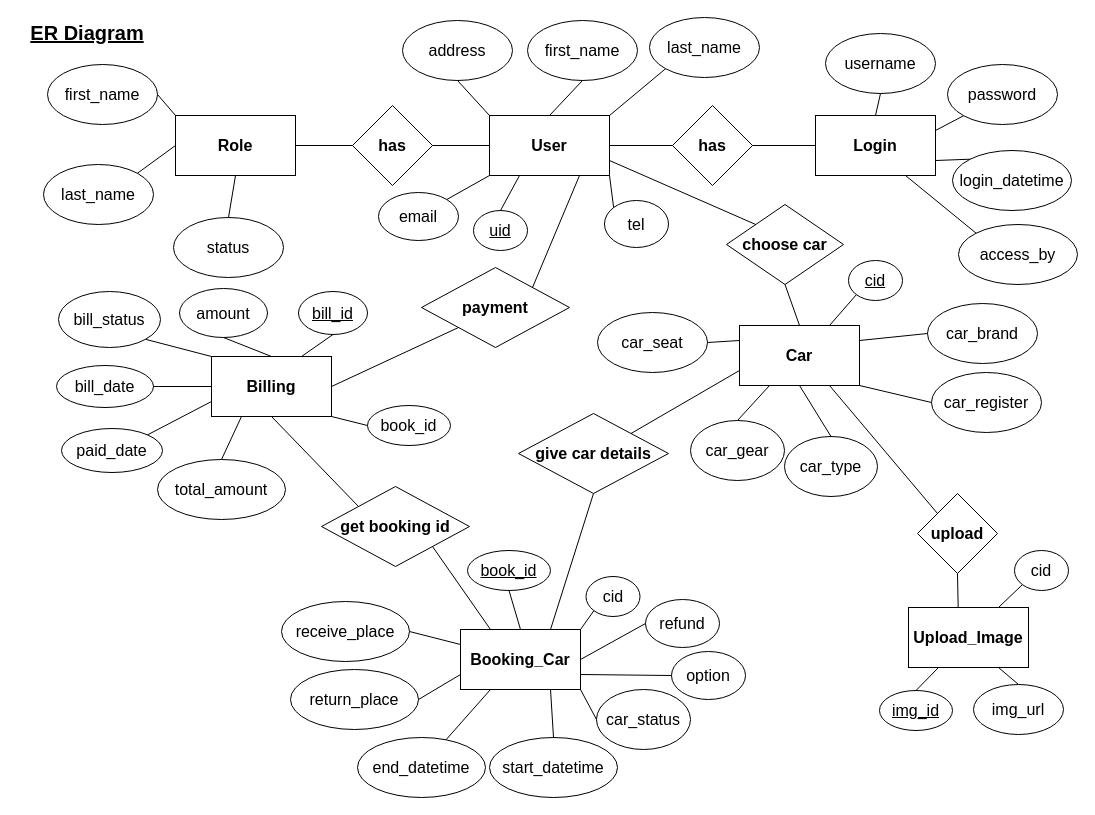
Earlier version of the draw.io diagram page "ER Diagram" (1 of 4) of Online_Car_Rental_System.drawio (Werayootk/Online_Car_Rental_System). Source tidied: cells renumbered, new cells numbered last; positions are measured from the earlier drawing's top-left corner, leaving out a move shared by most shapes. Both pictures are drawn from the tidied source at 100%, with x=0, y=0 at pixel (17, 17).
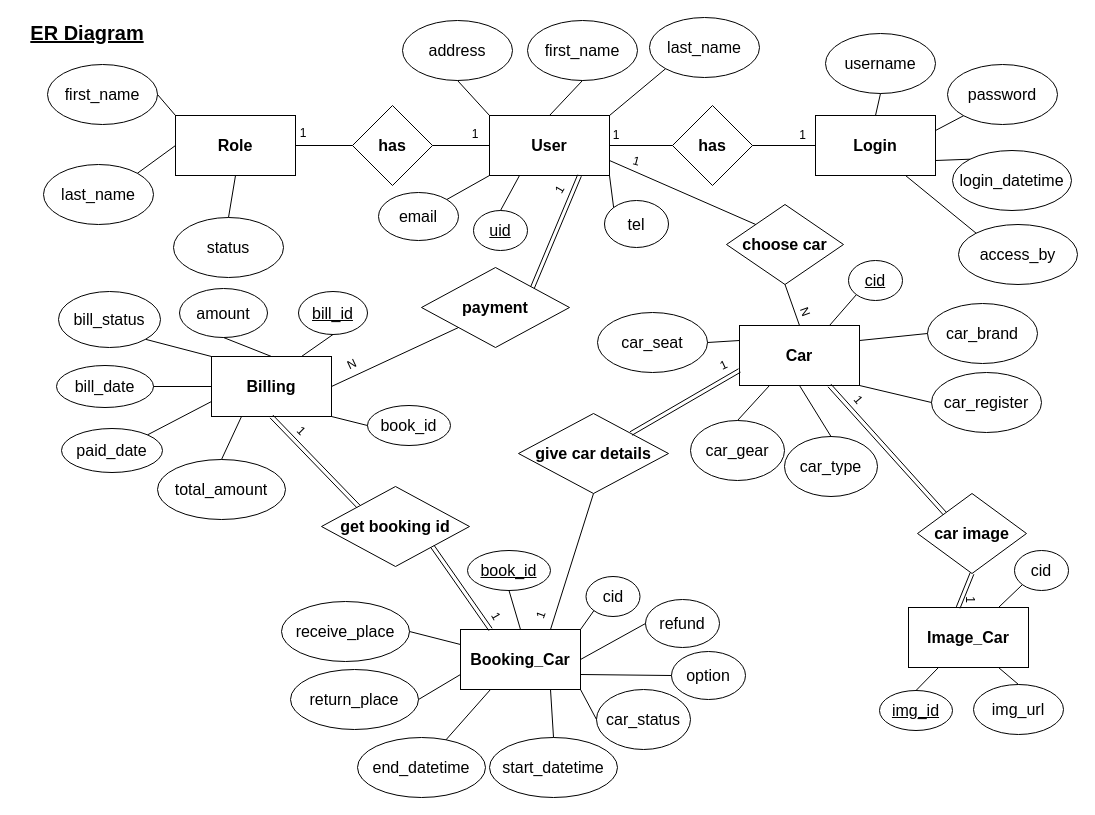
After the change.

The change refers to these unchanged cells:
```xml
<mxCell id="3" value="&lt;b&gt;User&lt;/b&gt;" style="rounded=0;whiteSpace=wrap;html=1;labelBorderColor=none;fontSize=16;fontColor=#000000;strokeColor=#000000;fillColor=none;" parent="1" vertex="1">
  <mxGeometry x="472" y="98" width="120" height="60" as="geometry" />
</mxCell>
<mxCell id="38" value="&lt;b&gt;Car&lt;/b&gt;" style="rounded=0;whiteSpace=wrap;html=1;labelBorderColor=none;fontSize=16;fontColor=#000000;strokeColor=#000000;fillColor=none;" parent="1" vertex="1">
  <mxGeometry x="722" y="308" width="120" height="60" as="geometry" />
</mxCell>
<mxCell id="63" value="&lt;b&gt;Booking_Car&lt;br&gt;&lt;/b&gt;" style="rounded=0;whiteSpace=wrap;html=1;labelBorderColor=none;fontSize=16;fontColor=#000000;strokeColor=#000000;fillColor=none;" parent="1" vertex="1">
  <mxGeometry x="443" y="612" width="120" height="60" as="geometry" />
</mxCell>
<mxCell id="64" value="&lt;b&gt;Billing&lt;br&gt;&lt;/b&gt;" style="rounded=0;whiteSpace=wrap;html=1;labelBorderColor=none;fontSize=16;fontColor=#000000;strokeColor=#000000;fillColor=none;" parent="1" vertex="1">
  <mxGeometry x="194" y="339" width="120" height="60" as="geometry" />
</mxCell>
<mxCell id="67" value="&lt;b&gt;give car details&lt;/b&gt;" style="rhombus;whiteSpace=wrap;html=1;labelBorderColor=none;fontSize=16;fontColor=#000000;strokeColor=#000000;fillColor=none;" parent="1" vertex="1">
  <mxGeometry x="501" y="396" width="150" height="80" as="geometry" />
</mxCell>
<mxCell id="86" value="&lt;b&gt;get booking id&lt;/b&gt;" style="rhombus;whiteSpace=wrap;html=1;labelBorderColor=none;fontSize=16;fontColor=#000000;strokeColor=#000000;fillColor=none;" parent="1" vertex="1">
  <mxGeometry x="304" y="469" width="148" height="80" as="geometry" />
</mxCell>
<mxCell id="93" value="&lt;b&gt;payment&lt;/b&gt;" style="rhombus;whiteSpace=wrap;html=1;labelBorderColor=none;fontSize=16;fontColor=#000000;strokeColor=#000000;fillColor=none;" parent="1" vertex="1">
  <mxGeometry x="404" y="250" width="148" height="80" as="geometry" />
</mxCell>
```

The edit, as a diff of the source:
```diff
@@
-    <mxCell id="48" value="&lt;b&gt;upload&lt;/b&gt;" style="rhombus;whiteSpace=wrap;html=1;labelBorderColor=none;fontSize=16;fontColor=#000000;strokeColor=#000000;fillColor=none;" parent="1" vertex="1">
-      <mxGeometry x="900" y="476" width="80" height="80" as="geometry" />
+    <mxCell id="48" value="&lt;b&gt;car image&lt;/b&gt;" style="rhombus;whiteSpace=wrap;html=1;labelBorderColor=none;fontSize=16;fontColor=#000000;strokeColor=#000000;fillColor=none;" parent="1" vertex="1">
+      <mxGeometry x="900" y="476" width="109" height="80" as="geometry" />
     </mxCell>
-    <mxCell id="49" value="&lt;b&gt;Upload_Image&lt;/b&gt;" style="rounded=0;whiteSpace=wrap;html=1;labelBorderColor=none;fontSize=16;fontColor=#000000;strokeColor=#000000;fillColor=none;" parent="1" vertex="1">
+    <mxCell id="49" value="&lt;b&gt;Image_Car&lt;/b&gt;" style="rounded=0;whiteSpace=wrap;html=1;labelBorderColor=none;fontSize=16;fontColor=#000000;strokeColor=#000000;fillColor=none;" parent="1" vertex="1">
       <mxGeometry x="891" y="590" width="120" height="60" as="geometry" />
     </mxCell>
@@
-    <mxCell id="52" style="endArrow=none;html=1;rounded=0;fontSize=16;fontColor=#000000;exitX=0.414;exitY=0.002;exitDx=0;exitDy=0;entryX=0.5;entryY=1;entryDx=0;entryDy=0;exitPerimeter=0;" parent="1" edge="1" source="49" target="48">
+    <mxCell id="52" style="endArrow=none;html=1;rounded=0;fontSize=16;fontColor=#000000;exitX=0.414;exitY=0.002;exitDx=0;exitDy=0;entryX=0.5;entryY=1;entryDx=0;entryDy=0;exitPerimeter=0;shape=link;" parent="1" edge="1" source="49" target="48">
       <mxGeometry relative="1" as="geometry" />
     </mxCell>
@@
-    <mxCell id="66" style="endArrow=none;html=1;rounded=0;fontSize=16;fontColor=#000000;exitX=0.75;exitY=1;exitDx=0;exitDy=0;entryX=0;entryY=0;entryDx=0;entryDy=0;" parent="1" edge="1" source="38" target="48">
+    <mxCell id="66" style="endArrow=none;html=1;rounded=0;fontSize=16;fontColor=#000000;exitX=0.75;exitY=1;exitDx=0;exitDy=0;entryX=0;entryY=0;entryDx=0;entryDy=0;shape=link;" parent="1" edge="1" source="38" target="48">
       <mxGeometry relative="1" as="geometry" />
     </mxCell>
@@
-    <mxCell id="69" style="endArrow=none;html=1;rounded=0;fontSize=16;fontColor=#000000;exitX=0;exitY=0.75;exitDx=0;exitDy=0;entryX=1;entryY=0;entryDx=0;entryDy=0;" parent="1" edge="1" source="38" target="67">
+    <mxCell id="69" style="endArrow=none;html=1;rounded=0;fontSize=16;fontColor=#000000;exitX=0;exitY=0.75;exitDx=0;exitDy=0;entryX=1;entryY=0;entryDx=0;entryDy=0;shape=link;" parent="1" edge="1" source="38" target="67">
       <mxGeometry relative="1" as="geometry" />
     </mxCell>
@@
-    <mxCell id="87" style="endArrow=none;html=1;rounded=0;fontSize=16;fontColor=#000000;entryX=1;entryY=1;entryDx=0;entryDy=0;exitX=0.25;exitY=0;exitDx=0;exitDy=0;" parent="1" edge="1" source="63" target="86">
+    <mxCell id="87" style="endArrow=none;html=1;rounded=0;fontSize=16;fontColor=#000000;entryX=1;entryY=1;entryDx=0;entryDy=0;exitX=0.25;exitY=0;exitDx=0;exitDy=0;shape=link;" parent="1" edge="1" source="63" target="86">
       <mxGeometry relative="1" as="geometry" />
     </mxCell>
-    <mxCell id="88" style="endArrow=none;html=1;rounded=0;fontSize=16;fontColor=#000000;entryX=0.5;entryY=1;entryDx=0;entryDy=0;exitX=0;exitY=0;exitDx=0;exitDy=0;" parent="1" edge="1" source="86" target="64">
+    <mxCell id="88" style="endArrow=none;html=1;rounded=0;fontSize=16;fontColor=#000000;entryX=0.5;entryY=1;entryDx=0;entryDy=0;exitX=0;exitY=0;exitDx=0;exitDy=0;shape=link;" parent="1" edge="1" source="86" target="64">
       <mxGeometry relative="1" as="geometry" />
     </mxCell>
@@
-    <mxCell id="94" style="endArrow=none;html=1;rounded=0;fontSize=16;fontColor=#000000;exitX=0.75;exitY=1;exitDx=0;exitDy=0;entryX=1;entryY=0;entryDx=0;entryDy=0;" parent="1" edge="1" source="3" target="93">
+    <mxCell id="94" style="endArrow=none;html=1;rounded=0;fontSize=16;fontColor=#000000;exitX=0.75;exitY=1;exitDx=0;exitDy=0;entryX=1;entryY=0;entryDx=0;entryDy=0;shape=link;" parent="1" edge="1" source="3" target="93">
       <mxGeometry relative="1" as="geometry" />
     </mxCell>
@@
+    <mxCell id="108" value="1" style="text;html=1;strokeColor=none;fillColor=none;align=center;verticalAlign=middle;whiteSpace=wrap;rounded=0;" parent="1" vertex="1">
+      <mxGeometry x="270" y="103" width="32" height="26" as="geometry" />
+    </mxCell>
+    <mxCell id="109" value="1" style="text;html=1;strokeColor=none;fillColor=none;align=center;verticalAlign=middle;whiteSpace=wrap;rounded=0;" parent="1" vertex="1">
+      <mxGeometry x="442" y="106" width="32" height="22" as="geometry" />
+    </mxCell>
+    <mxCell id="110" value="1" style="text;html=1;strokeColor=none;fillColor=none;align=center;verticalAlign=middle;whiteSpace=wrap;rounded=0;" parent="1" vertex="1">
+      <mxGeometry x="568.5" y="103" width="60" height="30" as="geometry" />
+    </mxCell>
+    <mxCell id="111" value="1" style="text;html=1;strokeColor=none;fillColor=none;align=center;verticalAlign=middle;whiteSpace=wrap;rounded=0;" parent="1" vertex="1">
+      <mxGeometry x="770" y="108" width="31" height="20" as="geometry" />
+    </mxCell>
+    <mxCell id="112" value="1" style="text;html=1;strokeColor=none;fillColor=none;align=center;verticalAlign=middle;whiteSpace=wrap;rounded=0;rotation=15;" parent="1" vertex="1">
+      <mxGeometry x="607" y="136" width="25" height="15" as="geometry" />
+    </mxCell>
+    <mxCell id="113" value="N" style="text;html=1;strokeColor=none;fillColor=none;align=center;verticalAlign=middle;whiteSpace=wrap;rounded=0;rotation=70;" parent="1" vertex="1">
+      <mxGeometry x="776" y="287" width="25" height="15" as="geometry" />
+    </mxCell>
+    <mxCell id="114" value="1" style="text;html=1;strokeColor=none;fillColor=none;align=center;verticalAlign=middle;whiteSpace=wrap;rounded=0;rotation=50;" parent="1" vertex="1">
+      <mxGeometry x="829" y="375" width="25" height="15" as="geometry" />
+    </mxCell>
+    <mxCell id="115" value="1" style="text;html=1;strokeColor=none;fillColor=none;align=center;verticalAlign=middle;whiteSpace=wrap;rounded=0;rotation=90;" parent="1" vertex="1">
+      <mxGeometry x="941" y="575" width="25" height="15" as="geometry" />
+    </mxCell>
+    <mxCell id="116" value="1" style="text;html=1;strokeColor=none;fillColor=none;align=center;verticalAlign=middle;whiteSpace=wrap;rounded=0;rotation=-25;" parent="1" vertex="1">
+      <mxGeometry x="694" y="340" width="25" height="15" as="geometry" />
+    </mxCell>
+    <mxCell id="117" value="1" style="text;html=1;strokeColor=none;fillColor=none;align=center;verticalAlign=middle;whiteSpace=wrap;rounded=0;rotation=-70;" parent="1" vertex="1">
+      <mxGeometry x="511" y="590" width="25" height="15" as="geometry" />
+    </mxCell>
+    <mxCell id="118" value="1" style="text;html=1;strokeColor=none;fillColor=none;align=center;verticalAlign=middle;whiteSpace=wrap;rounded=0;rotation=60;" parent="1" vertex="1">
+      <mxGeometry x="466.5" y="591" width="25" height="15" as="geometry" />
+    </mxCell>
+    <mxCell id="119" value="1" style="text;html=1;strokeColor=none;fillColor=none;align=center;verticalAlign=middle;whiteSpace=wrap;rounded=0;rotation=45;" parent="1" vertex="1">
+      <mxGeometry x="272" y="406" width="25" height="15" as="geometry" />
+    </mxCell>
+    <mxCell id="120" value="N" style="text;html=1;strokeColor=none;fillColor=none;align=center;verticalAlign=middle;whiteSpace=wrap;rounded=0;rotation=-25;" parent="1" vertex="1">
+      <mxGeometry x="322" y="339" width="25" height="15" as="geometry" />
+    </mxCell>
+    <mxCell id="121" value="1" style="text;html=1;strokeColor=none;fillColor=none;align=center;verticalAlign=middle;whiteSpace=wrap;rounded=0;rotation=-60;" parent="1" vertex="1">
+      <mxGeometry x="529.5" y="165" width="25" height="15" as="geometry" />
+    </mxCell>
```
